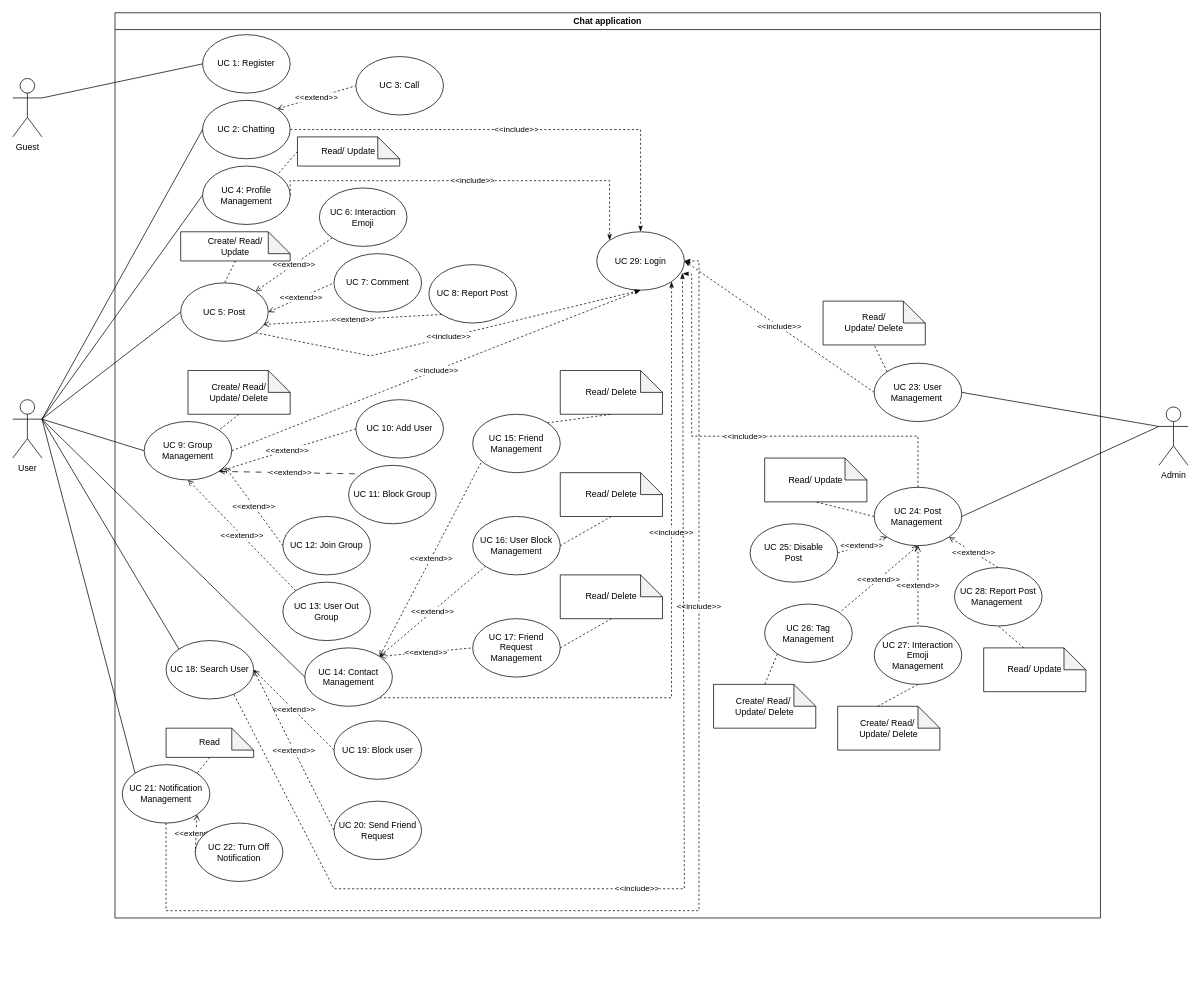
Before: docs/Use Case Diagram/UC-Chatapp.drawio in Carl-Johnsons/Chat-Application, a draw.io diagram. Source tidied: cells renumbered, new cells numbered last; positions are measured from the earlier drawing's top-left corner, leaving out a move shared by most shapes. Both pictures are drawn from the tidied source at 73%, with x=0, y=0 at pixel (12, 12).
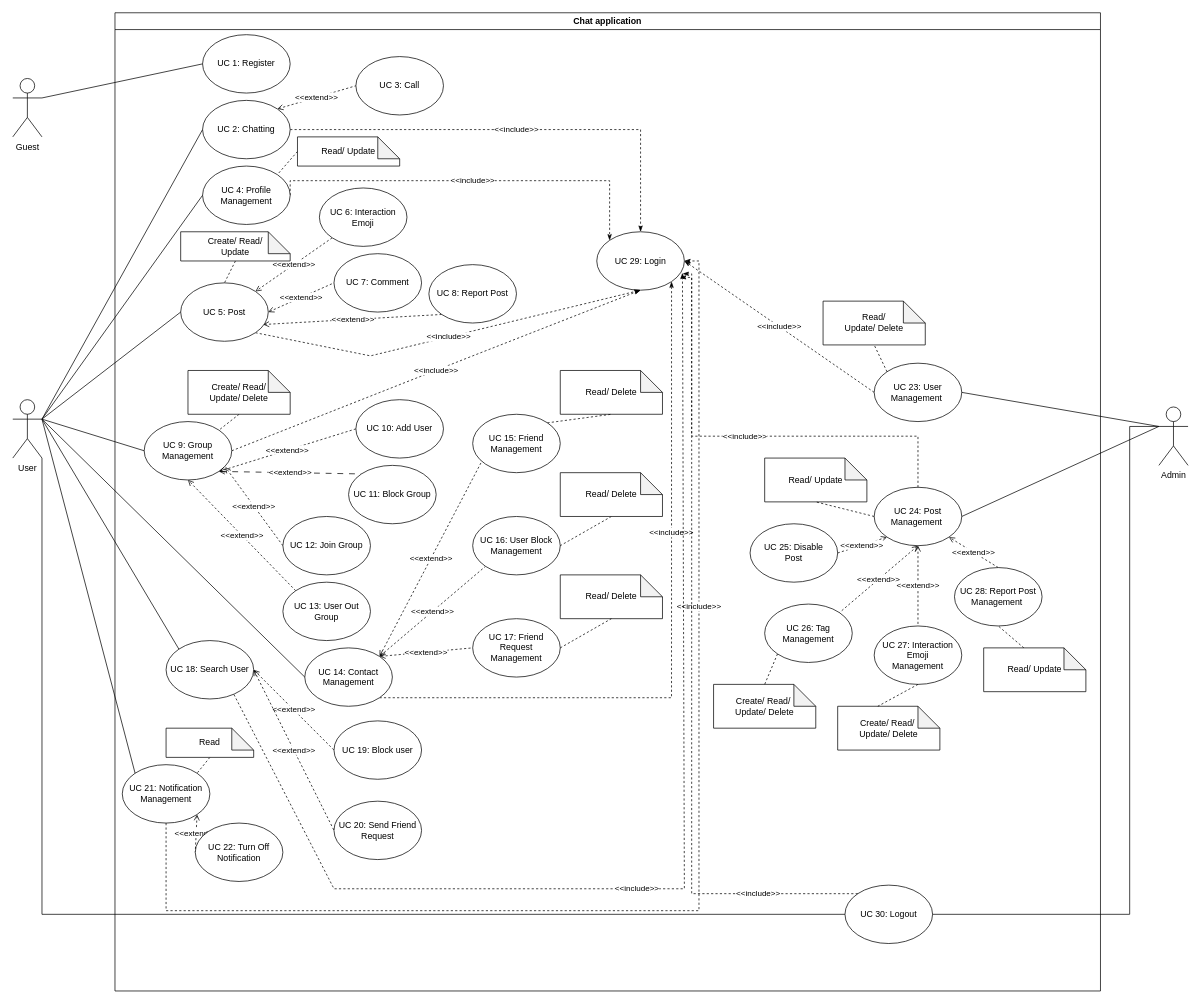
The same diagram, later.

Unchanged cells that the change refers to:
```xml
<mxCell id="6" value="UC 29: Login" style="ellipse;whiteSpace=wrap;html=1;" parent="2" vertex="1">
  <mxGeometry x="660" y="300" width="120" height="80" as="geometry" />
</mxCell>
<mxCell id="88" value="User" style="shape=umlActor;verticalLabelPosition=bottom;verticalAlign=top;html=1;outlineConnect=0;" parent="1" vertex="1">
  <mxGeometry y="530" width="40" height="80" as="geometry" />
</mxCell>
<mxCell id="93" value="Admin" style="shape=umlActor;verticalLabelPosition=bottom;verticalAlign=top;html=1;outlineConnect=0;" parent="1" vertex="1">
  <mxGeometry x="1570" y="540" width="40" height="80" as="geometry" />
</mxCell>
```

What changed in the source:
```diff
@@
     <mxCell id="2" value="Chat application" style="swimlane;whiteSpace=wrap;html=1;" parent="1" vertex="1">
-      <mxGeometry x="140" width="1350" height="1240" as="geometry" />
+      <mxGeometry x="140" width="1350" height="1340" as="geometry" />
     </mxCell>
@@
+    <mxCell id="96" value="UC 30: Logout" style="ellipse;whiteSpace=wrap;html=1;" parent="2" vertex="1">
+      <mxGeometry x="1000" y="1195" width="120" height="80" as="geometry" />
+    </mxCell>
+    <mxCell id="97" value="&amp;lt;&amp;lt;include&amp;gt;&amp;gt;" style="edgeStyle=orthogonalEdgeStyle;rounded=0;jettySize=auto;html=1;exitX=0;exitY=0;exitDx=0;exitDy=0;entryX=0.951;entryY=0.781;entryDx=0;entryDy=0;entryPerimeter=0;startArrow=none;startFill=0;dashed=1;endArrow=classicThin;endFill=1;" parent="2" edge="1" source="96" target="6">
+      <mxGeometry x="-0.75" relative="1" as="geometry">
+        <Array as="points">
+          <mxPoint x="790" y="1207" />
+          <mxPoint x="790" y="362" />
+        </Array>
+        <mxPoint x="-1" as="offset" />
+      </mxGeometry>
+    </mxCell>
@@
+    <mxCell id="98" style="edgeStyle=orthogonalEdgeStyle;rounded=0;jettySize=auto;html=1;exitX=1;exitY=1;exitDx=0;exitDy=0;exitPerimeter=0;endArrow=none;endFill=0;" parent="1" edge="1" source="88" target="96">
+      <mxGeometry relative="1" as="geometry">
+        <Array as="points">
+          <mxPoint x="40" y="1235" />
+        </Array>
+      </mxGeometry>
+    </mxCell>
@@
+    <mxCell id="99" style="edgeStyle=orthogonalEdgeStyle;rounded=0;jettySize=auto;html=1;exitX=0;exitY=0.3333333333333333;exitDx=0;exitDy=0;exitPerimeter=0;entryX=1;entryY=0.5;entryDx=0;entryDy=0;endArrow=none;endFill=0;" parent="1" edge="1" source="93" target="96">
+      <mxGeometry relative="1" as="geometry">
+        <Array as="points">
+          <mxPoint x="1530" y="567" />
+          <mxPoint x="1530" y="1235" />
+        </Array>
+      </mxGeometry>
+    </mxCell>
```
